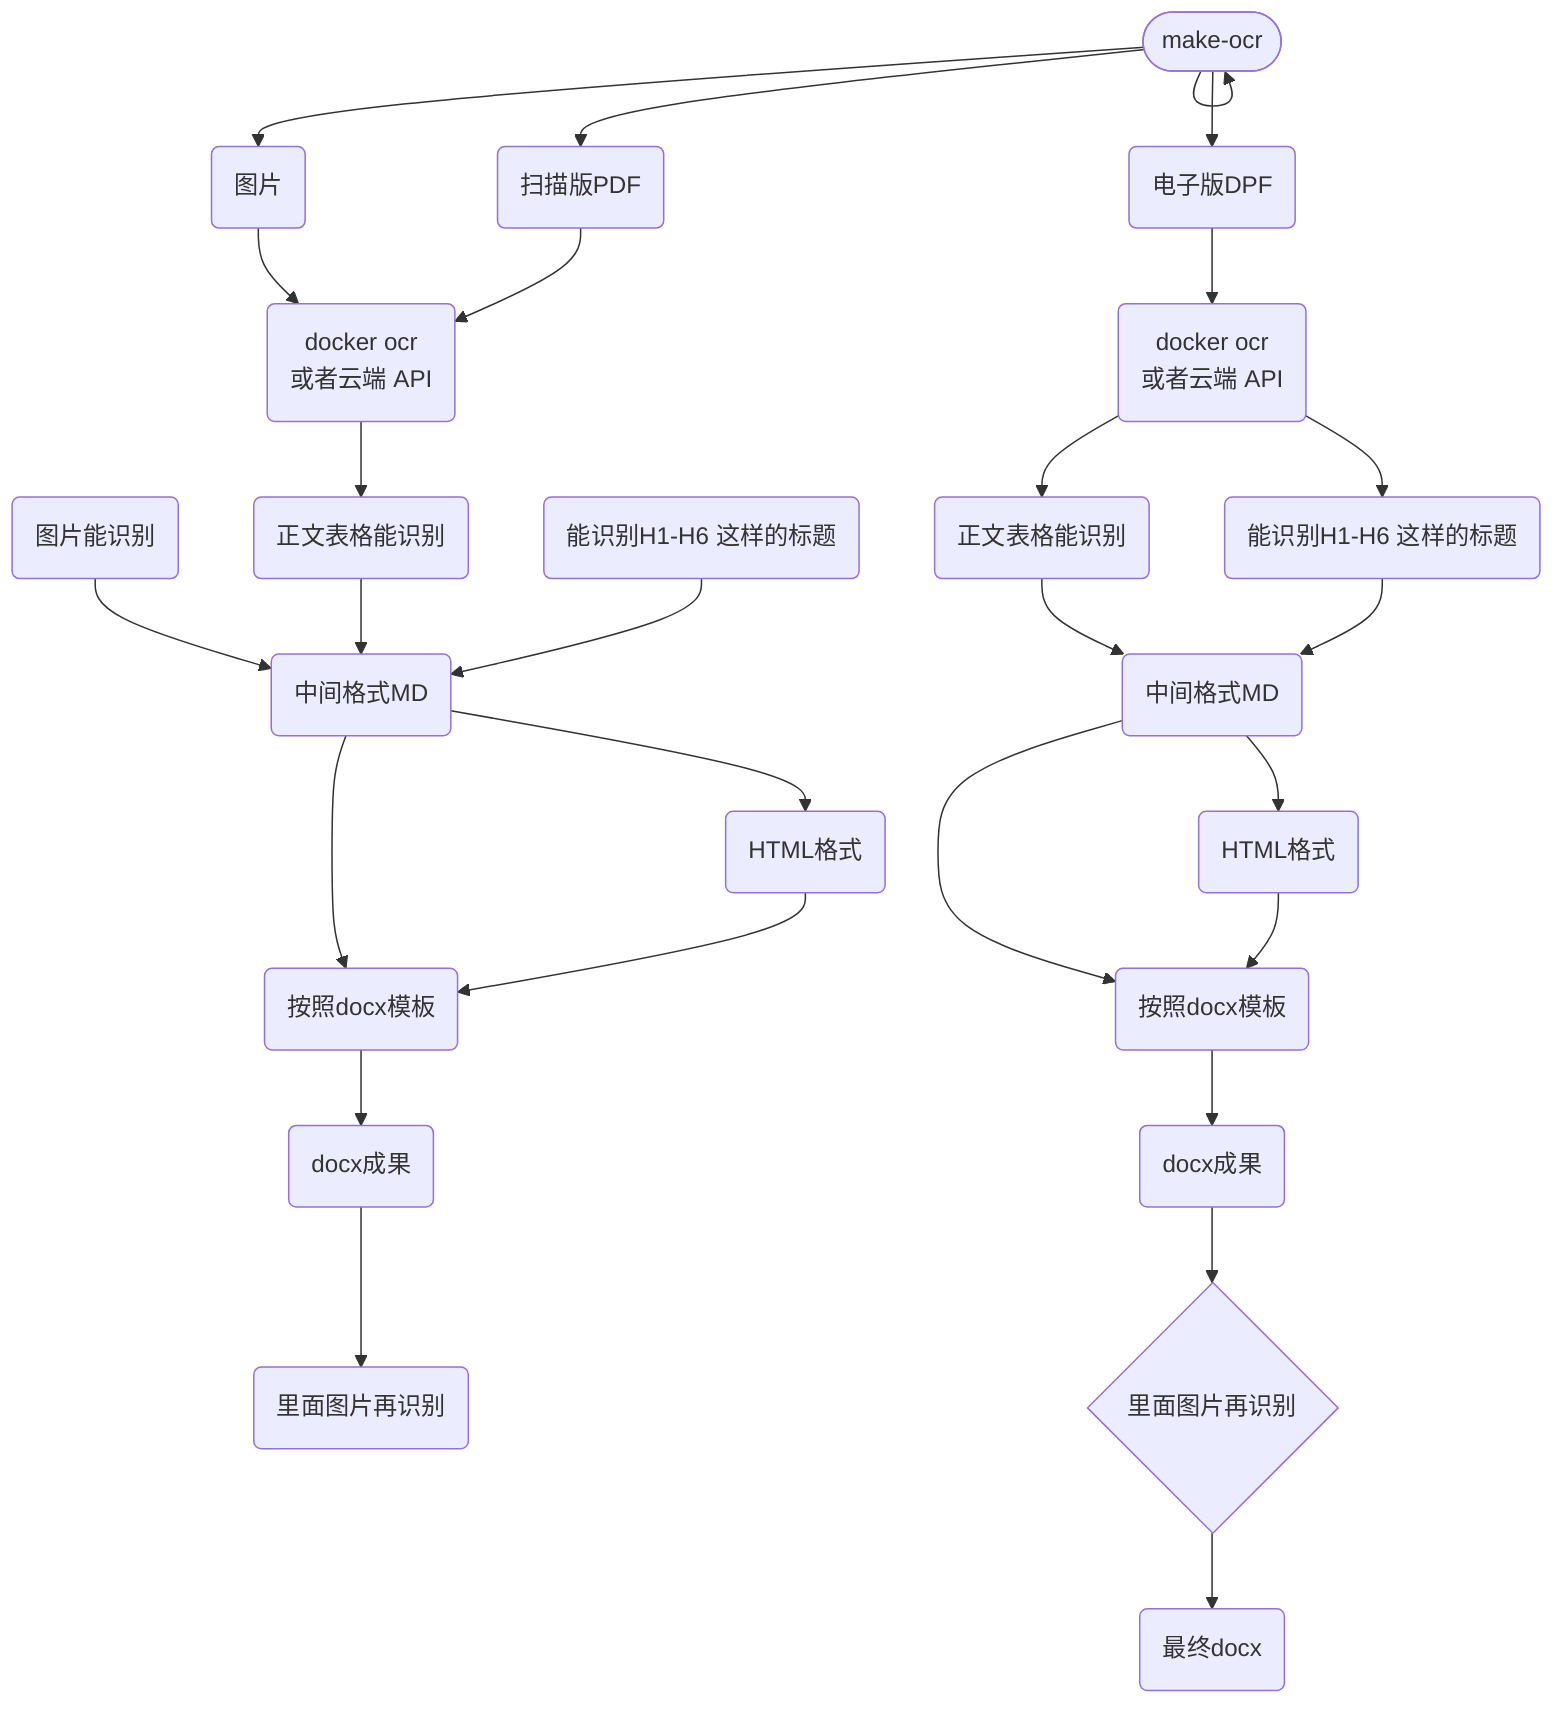
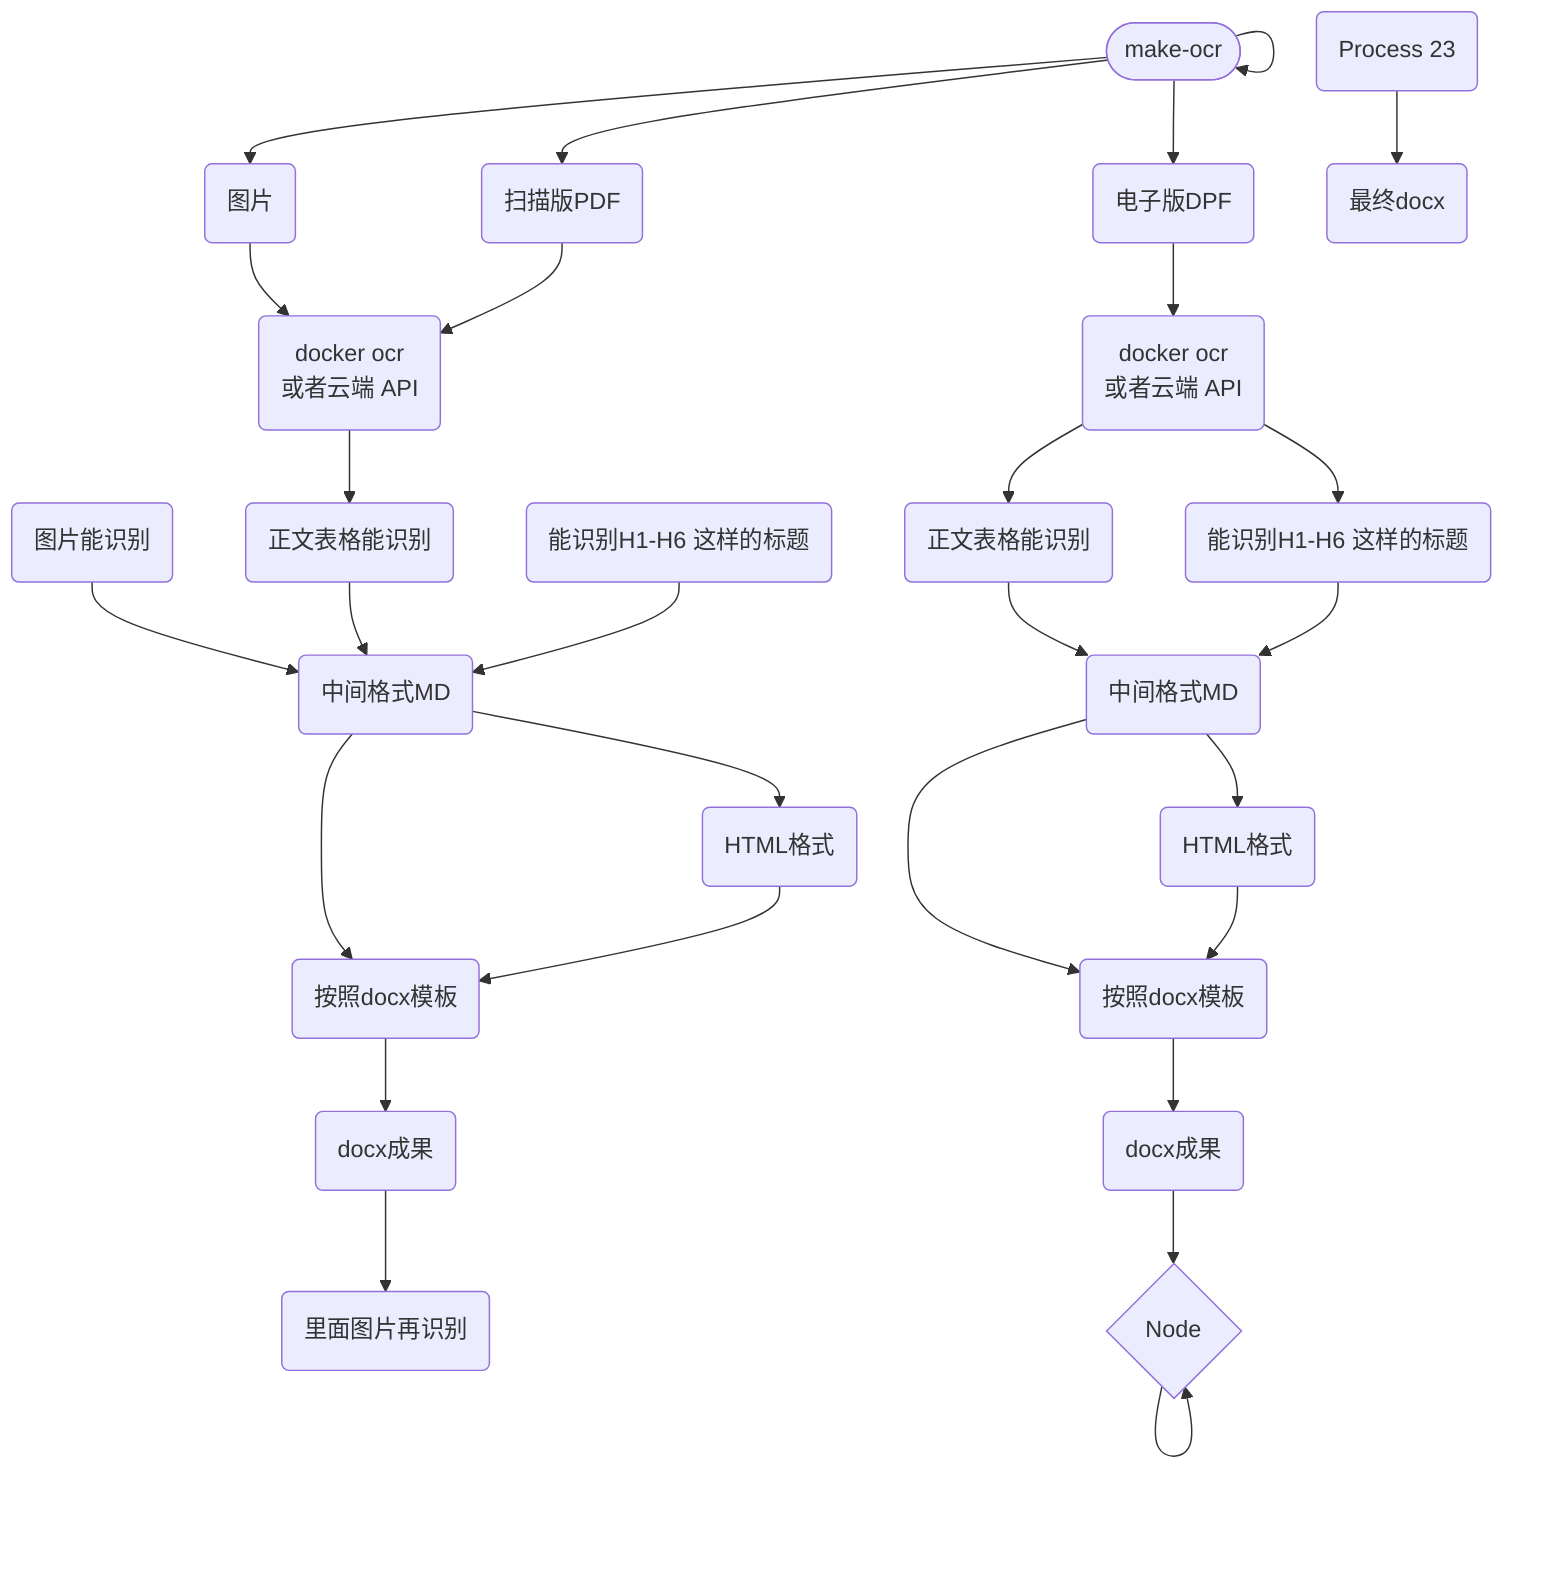
flowchart TD
  n_0(["make-ocr"])
  n_1("扫描版PDF")
  n_2("电子版DPF")
  n_3("docker ocr<br/>或者云端 API")
  n_4("图片")
  n_5("能识别H1-H6 这样的标题")
  n_6("正文表格能识别")
  n_7("图片能识别")
  n_8("按照docx模板")
  n_9("里面图片再识别")
  n_10("docx成果")
  n_11("中间格式MD")
  n_12("HTML格式")
  n_13("docker ocr<br/>或者云端 API")
  n_14("能识别H1-H6 这样的标题")
  n_15("正文表格能识别")
  n_16("按照docx模板")
  n_17("docx成果")
  n_18("中间格式MD")
  n_19("HTML格式")
-   n_20("最终docx")
-   n_21{"里面图片再识别"}
+   n_20{"Node"}
+   n_21("最终docx")
+   n_22("Process 23")
  n_0 --> n_0
  n_0 --> n_1
  n_0 --> n_2
  n_0 --> n_4
  n_11 --> n_8
  n_11 --> n_12
  n_12 --> n_8
  n_8 --> n_10
  n_10 --> n_9
  n_18 --> n_16
  n_18 --> n_19
  n_19 --> n_16
  n_16 --> n_17
  n_4 --> n_3
  n_1 --> n_3
  n_2 --> n_13
  n_13 --> n_14
  n_13 --> n_15
  n_15 --> n_18
  n_14 --> n_18
  n_7 --> n_11
  n_6 --> n_11
  n_5 --> n_11
  n_3 --> n_6
-   n_17 --> n_21
-   n_21 --> n_20
+   n_17 --> n_20
+   n_22 --> n_21
+   n_20 --> n_20
+   n_20 --> n_20
